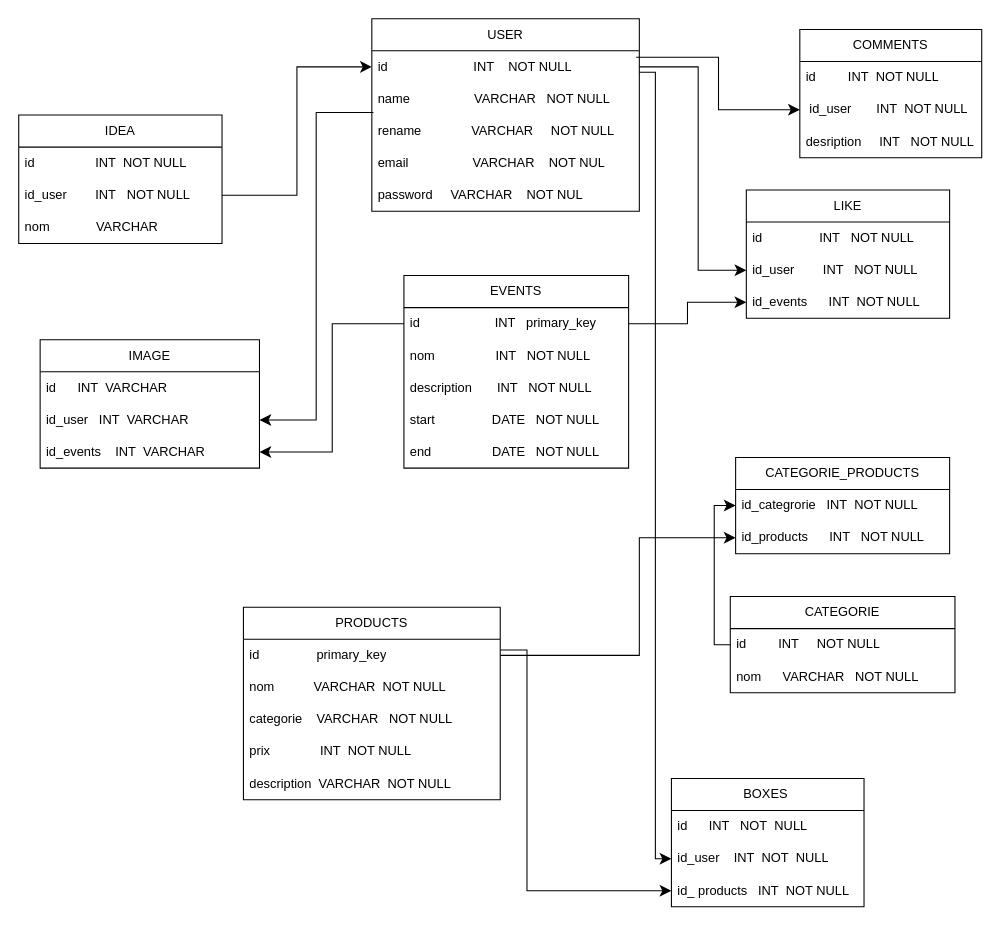
Missmk3/Dev_web keeps this draw.io diagram as MCD.drawio. Above is the earlier version. Source tidied: cells renumbered, new cells numbered last; positions are measured from the earlier drawing's top-left corner, leaving out a move shared by most shapes. Both pictures are drawn from the tidied source at 107%, with x=0, y=0 at pixel (18, 18).
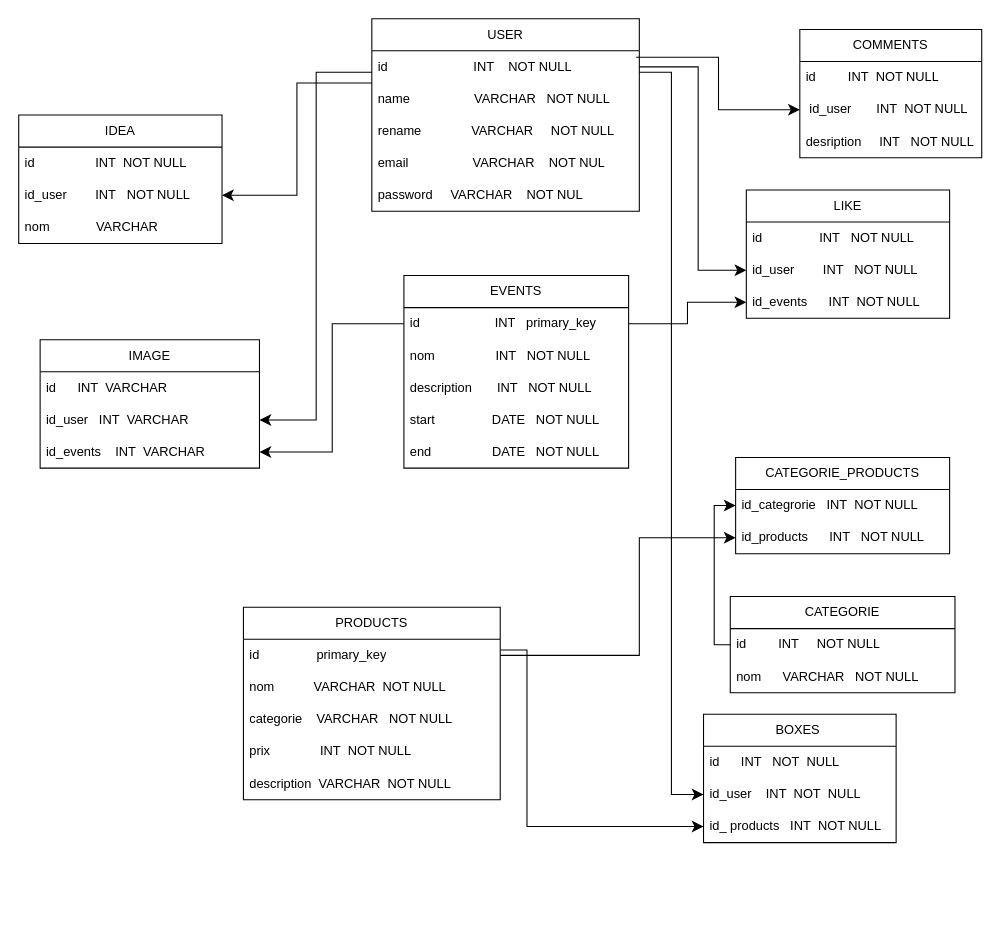
Above is the later version.

The change refers to these unchanged cells:
```xml
<mxCell id="14" value="id_user&amp;nbsp; &amp;nbsp; &amp;nbsp; &amp;nbsp; INT&amp;nbsp; &amp;nbsp;NOT NULL" style="text;strokeColor=none;fillColor=none;align=left;verticalAlign=middle;spacingLeft=4;spacingRight=4;overflow=hidden;points=[[0,0.5],[1,0.5]];portConstraint=eastwest;whiteSpace=wrap;html=1;" parent="12" vertex="1">
  <mxGeometry y="60" width="190" height="30" as="geometry" />
</mxCell>
<mxCell id="17" value="id&amp;nbsp; &amp;nbsp; &amp;nbsp; &amp;nbsp; &amp;nbsp; &amp;nbsp; &amp;nbsp; &amp;nbsp; &amp;nbsp; &amp;nbsp; &amp;nbsp; &amp;nbsp; INT&amp;nbsp; &amp;nbsp; NOT NULL" style="text;strokeColor=none;fillColor=none;align=left;verticalAlign=middle;spacingLeft=4;spacingRight=4;overflow=hidden;points=[[0,0.5],[1,0.5]];portConstraint=eastwest;whiteSpace=wrap;html=1;" parent="16" vertex="1">
  <mxGeometry y="30" width="250" height="30" as="geometry" />
</mxCell>
<mxCell id="19" value="rename&amp;nbsp; &amp;nbsp; &amp;nbsp; &amp;nbsp; &amp;nbsp; &amp;nbsp; &amp;nbsp; VARCHAR&amp;nbsp; &amp;nbsp; &amp;nbsp;NOT NULL" style="text;strokeColor=none;fillColor=none;align=left;verticalAlign=middle;spacingLeft=4;spacingRight=4;overflow=hidden;points=[[0,0.5],[1,0.5]];portConstraint=eastwest;whiteSpace=wrap;html=1;" parent="16" vertex="1">
  <mxGeometry y="90" width="250" height="30" as="geometry" />
</mxCell>
<mxCell id="41" value="id_user&amp;nbsp; &amp;nbsp;INT&amp;nbsp; VARCHAR" style="text;strokeColor=none;fillColor=none;align=left;verticalAlign=middle;spacingLeft=4;spacingRight=4;overflow=hidden;points=[[0,0.5],[1,0.5]];portConstraint=eastwest;whiteSpace=wrap;html=1;" parent="39" vertex="1">
  <mxGeometry y="60" width="205" height="30" as="geometry" />
</mxCell>
```

What changed in the source:
```diff
@@
-    <mxCell id="35" style="edgeStyle=elbowEdgeStyle;elbow=horizontal;endArrow=classic;html=1;curved=0;rounded=0;endSize=8;startSize=8;entryX=0;entryY=0.5;entryDx=0;entryDy=0;exitX=1;exitY=0.5;exitDx=0;exitDy=0;" parent="1" edge="1" source="14" target="17">
-      <mxGeometry relative="1" as="geometry" />
+    <mxCell id="35" style="edgeStyle=elbowEdgeStyle;elbow=horizontal;endArrow=classic;html=1;curved=0;rounded=0;endSize=8;startSize=8;entryX=1;entryY=0.5;entryDx=0;entryDy=0;" parent="1" edge="1" target="14">
+      <mxGeometry relative="1" as="geometry">
+        <mxPoint x="330" y="60" as="sourcePoint" />
+      </mxGeometry>
     </mxCell>
@@
-    <mxCell id="43" style="edgeStyle=elbowEdgeStyle;elbow=horizontal;endArrow=classic;html=1;curved=0;rounded=0;endSize=8;startSize=8;entryX=1;entryY=0.5;entryDx=0;entryDy=0;exitX=0.006;exitY=-0.076;exitDx=0;exitDy=0;exitPerimeter=0;" parent="1" edge="1" source="19" target="41">
-      <mxGeometry relative="1" as="geometry" />
+    <mxCell id="43" style="edgeStyle=elbowEdgeStyle;elbow=horizontal;endArrow=classic;html=1;curved=0;rounded=0;endSize=8;startSize=8;entryX=1;entryY=0.5;entryDx=0;entryDy=0;" parent="1" edge="1" target="41">
+      <mxGeometry relative="1" as="geometry">
+        <mxPoint x="330" y="50" as="sourcePoint" />
+      </mxGeometry>
     </mxCell>
@@
     <mxCell id="49" value="BOXES&amp;nbsp;" style="swimlane;fontStyle=0;horizontal=1;startSize=30;whiteSpace=wrap;html=1;" parent="1" vertex="1">
-      <mxGeometry x="610" y="710" width="180" height="120" as="geometry" />
+      <mxGeometry x="640" y="650" width="180" height="120" as="geometry" />
     </mxCell>
```
